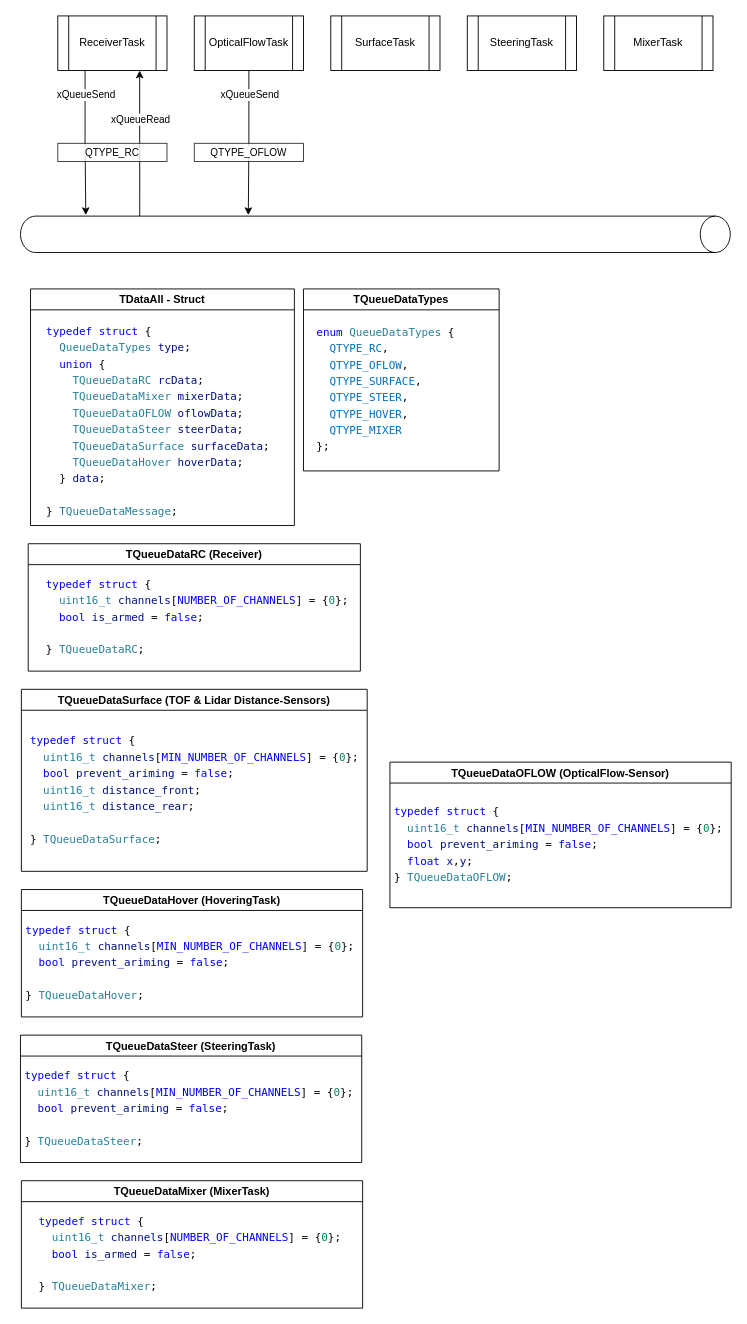
The draw.io diagram page "Process" (1 of 2) of doc/Processing_tasks.drawio in mrRobot62/PODRacer_ESP32_FreeRTOS, before the edit. Source tidied: cells renumbered, new cells numbered last; positions are measured from the earlier drawing's top-left corner, leaving out a move shared by most shapes. Both pictures are drawn from the tidied source at 91%, with x=0, y=0 at pixel (15, 15).
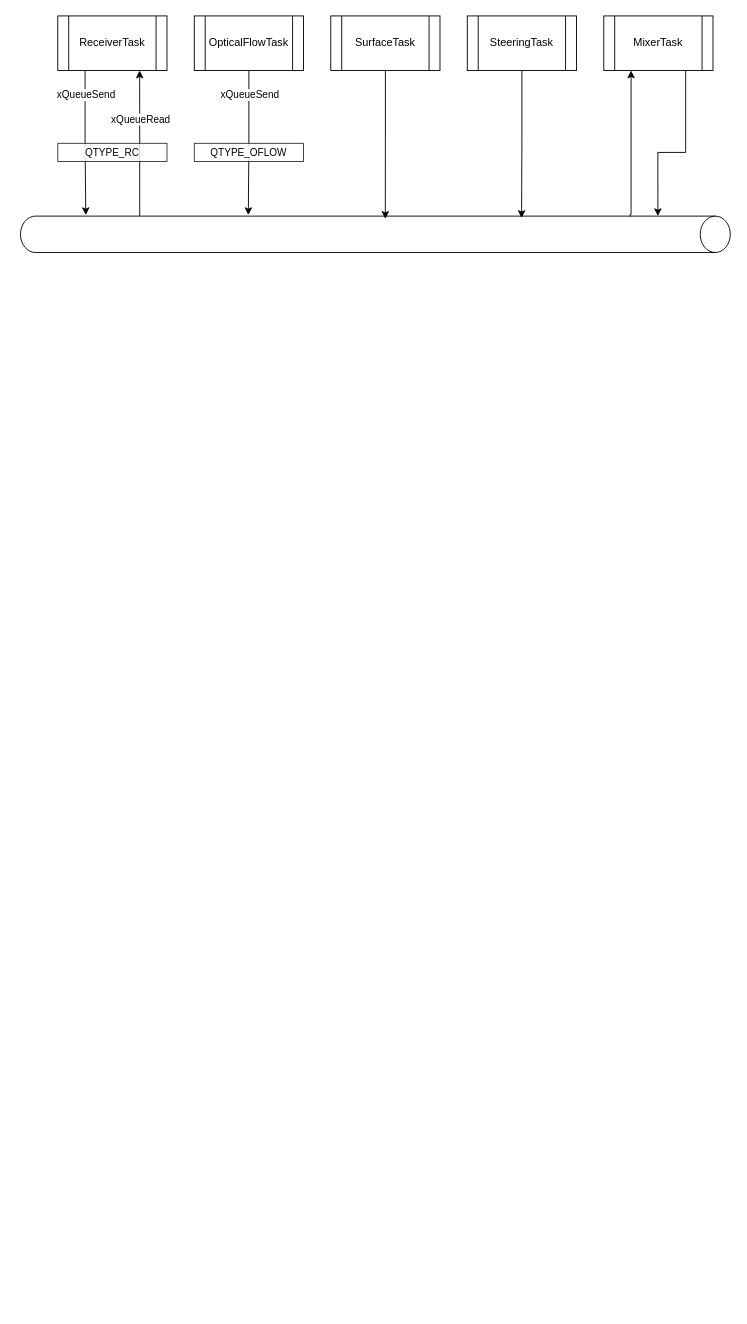
Above is the later version.

The change refers to these unchanged cells:
```xml
<mxCell id="6" value="SurfaceTask" style="shape=process;whiteSpace=wrap;html=1;backgroundOutline=1;" parent="1" vertex="1">
  <mxGeometry x="346" width="120" height="60" as="geometry" />
</mxCell>
<mxCell id="7" value="SteeringTask" style="shape=process;whiteSpace=wrap;html=1;backgroundOutline=1;" parent="1" vertex="1">
  <mxGeometry x="496" width="120" height="60" as="geometry" />
</mxCell>
<mxCell id="8" value="MixerTask" style="shape=process;whiteSpace=wrap;html=1;backgroundOutline=1;" parent="1" vertex="1">
  <mxGeometry x="646" width="120" height="60" as="geometry" />
</mxCell>
<mxCell id="11" style="shape=cylinder3;whiteSpace=wrap;html=1;boundedLbl=1;backgroundOutline=1;size=16.499999999999886;rotation=0;portConstraintRotation=1;noLabel=0;snapToPoint=0;movableLabel=1;linejoin=arcs;direction=south;points=[[0,0,0,0,16.499999999999886],[0,0,0,0,203.24999999999994],[0,0,0,0,576.75],[0,0.5,0,0,0],[0,1,0,0,-16.499999999999886],[0.01,0.63,0,0,0],[0.06,0,0,0,0],[0.06,1,0,0,2],[0.09,0,0,0,0],[0.1,1,0,0,0],[0.145,1,0,0,-4.784999999999966],[0.16,0,0,0,0],[0.2,0,0,0,0],[0.2,1,0,0,0],[0.21,0,0,0,-2],[0.3,0,0,0,0],[0.3,1,0,0,0],[0.5,0,0,0,0],[0.6,0,0,0,0],[0.6,1,0,0,0],[0.7,1,0,0,0],[0.75,0,0,0,0],[0.8,0,0,0,0],[0.8,1,0,0,0],[0.855,0,0,0,4.784999999999966],[0.855,1,0,0,-4.784999999999966],[0.9,0,0,0,0],[0.9,1,0,0,0],[1,0,0,0,16.499999999999886],[1,0,0,0,203.24999999999994],[1,0,0,0,576.75],[1,0.5,0,0,0],[1,1,0,0,-16.499999999999886]];" parent="1" vertex="1">
  <mxGeometry x="5" y="220" width="780" height="40" as="geometry">
    <mxPoint x="7" y="1" as="offset" />
  </mxGeometry>
</mxCell>
```

What changed in the source:
```diff
@@
-    <mxCell id="12" value="TDataAll - Struct" style="swimlane;" parent="1" vertex="1">
-      <mxGeometry x="16" y="300" width="290" height="260" as="geometry" />
-    </mxCell>
-    <mxCell id="13" value="&lt;div style=&quot;text-align: start; background-color: rgb(255, 255, 255); font-family: Menlo, Monaco, &amp;quot;Courier New&amp;quot;, monospace; line-height: 18px; white-space: pre;&quot;&gt;&lt;div style=&quot;line-height: 18px;&quot;&gt;&lt;div&gt;&lt;span style=&quot;color: rgb(0, 0, 255);&quot;&gt;typedef&lt;/span&gt; &lt;span style=&quot;color: rgb(0, 0, 255);&quot;&gt;struct&lt;/span&gt; {&lt;/div&gt;&lt;div&gt;  &lt;span style=&quot;color: rgb(38, 127, 153);&quot;&gt;QueueDataTypes&lt;/span&gt; &lt;span style=&quot;color: rgb(0, 16, 128);&quot;&gt;type&lt;/span&gt;;&lt;/div&gt;&lt;div&gt;  &lt;span style=&quot;color: rgb(0, 0, 255);&quot;&gt;union&lt;/span&gt; {&lt;/div&gt;&lt;div&gt;    &lt;span style=&quot;color: rgb(38, 127, 153);&quot;&gt;TQueueDataRC&lt;/span&gt; &lt;span style=&quot;color: rgb(0, 16, 128);&quot;&gt;rcData&lt;/span&gt;;&lt;/div&gt;&lt;div&gt;    &lt;span style=&quot;color: rgb(38, 127, 153);&quot;&gt;TQueueDataMixer&lt;/span&gt; &lt;span style=&quot;color: rgb(0, 16, 128);&quot;&gt;mixerData&lt;/span&gt;;&lt;/div&gt;&lt;div&gt;    &lt;span style=&quot;color: rgb(38, 127, 153);&quot;&gt;TQueueDataOFLOW&lt;/span&gt; &lt;span style=&quot;color: rgb(0, 16, 128);&quot;&gt;oflowData&lt;/span&gt;;&lt;/div&gt;&lt;div&gt;    &lt;span style=&quot;color: rgb(38, 127, 153);&quot;&gt;TQueueDataSteer&lt;/span&gt; &lt;span style=&quot;color: rgb(0, 16, 128);&quot;&gt;steerData&lt;/span&gt;;&lt;/div&gt;&lt;div&gt;    &lt;span style=&quot;color: rgb(38, 127, 153);&quot;&gt;TQueueDataSurface&lt;/span&gt; &lt;span style=&quot;color: rgb(0, 16, 128);&quot;&gt;surfaceData&lt;/span&gt;;&lt;/div&gt;&lt;div&gt;    &lt;span style=&quot;color: rgb(38, 127, 153);&quot;&gt;TQueueDataHover&lt;/span&gt; &lt;span style=&quot;color: rgb(0, 16, 128);&quot;&gt;hoverData&lt;/span&gt;;&lt;/div&gt;&lt;div&gt;  } &lt;span style=&quot;color: rgb(0, 16, 128);&quot;&gt;data&lt;/span&gt;;&lt;/div&gt;&lt;br&gt;&lt;div&gt;} &lt;span style=&quot;color: rgb(38, 127, 153);&quot;&gt;TQueueDataMessage&lt;/span&gt;;&lt;/div&gt;&lt;/div&gt;&lt;/div&gt;" style="text;html=1;align=center;verticalAlign=middle;strokeColor=none;fillColor=none;" parent="12" vertex="1">
-      <mxGeometry x="5" y="30" width="270" height="230" as="geometry" />
-    </mxCell>
-    <mxCell id="14" value="TQueueDataOFLOW (OpticalFlow-Sensor)" style="swimlane;" parent="1" vertex="1">
-      <mxGeometry x="411" y="820" width="375" height="160" as="geometry" />
-    </mxCell>
-    <mxCell id="15" value="&lt;div style=&quot;text-align: start; background-color: rgb(255, 255, 255); font-family: Menlo, Monaco, &amp;quot;Courier New&amp;quot;, monospace; line-height: 18px; white-space: pre;&quot;&gt;&lt;div style=&quot;line-height: 18px;&quot;&gt;&lt;div&gt;&lt;span style=&quot;color: rgb(0, 0, 255);&quot;&gt;typedef&lt;/span&gt; &lt;span style=&quot;color: rgb(0, 0, 255);&quot;&gt;struct&lt;/span&gt; {&lt;/div&gt;&lt;div&gt;  &lt;span style=&quot;color: rgb(38, 127, 153);&quot;&gt;uint16_t&lt;/span&gt; &lt;span style=&quot;color: rgb(0, 16, 128);&quot;&gt;channels&lt;/span&gt;[&lt;span style=&quot;color: rgb(0, 0, 255);&quot;&gt;MIN_NUMBER_OF_CHANNELS&lt;/span&gt;] = {&lt;span style=&quot;color: rgb(9, 134, 88);&quot;&gt;0&lt;/span&gt;};&lt;/div&gt;&lt;div&gt;  &lt;span style=&quot;color: rgb(0, 0, 255);&quot;&gt;bool&lt;/span&gt; &lt;span style=&quot;color: rgb(0, 16, 128);&quot;&gt;prevent_ariming&lt;/span&gt; = &lt;span style=&quot;color: rgb(0, 0, 255);&quot;&gt;false&lt;/span&gt;;&lt;/div&gt;&lt;div&gt;  &lt;span style=&quot;color: rgb(0, 0, 255);&quot;&gt;float&lt;/span&gt; &lt;span style=&quot;color: rgb(0, 16, 128);&quot;&gt;x&lt;/span&gt;,&lt;span style=&quot;color: rgb(0, 16, 128);&quot;&gt;y&lt;/span&gt;;&lt;/div&gt;&lt;div&gt;} &lt;span style=&quot;color: rgb(38, 127, 153);&quot;&gt;TQueueDataOFLOW&lt;/span&gt;;&lt;/div&gt;&lt;/div&gt;&lt;/div&gt;" style="text;html=1;align=center;verticalAlign=middle;strokeColor=none;fillColor=none;" parent="14" vertex="1">
-      <mxGeometry x="-5" y="40" width="380" height="100" as="geometry" />
-    </mxCell>
-    <mxCell id="16" value="TQueueDataRC (Receiver)" style="swimlane;" parent="1" vertex="1">
-      <mxGeometry x="13.5" y="580" width="365" height="140" as="geometry" />
-    </mxCell>
-    <mxCell id="17" value="&lt;div style=&quot;text-align: start; background-color: rgb(255, 255, 255); font-family: Menlo, Monaco, &amp;quot;Courier New&amp;quot;, monospace; line-height: 18px; white-space: pre;&quot;&gt;&lt;div&gt;&lt;span style=&quot;color: rgb(0, 0, 255);&quot;&gt;typedef&lt;/span&gt; &lt;span style=&quot;color: rgb(0, 0, 255);&quot;&gt;struct&lt;/span&gt; {&lt;/div&gt;&lt;div&gt;  &lt;span style=&quot;color: rgb(38, 127, 153);&quot;&gt;uint16_t&lt;/span&gt; &lt;span style=&quot;color: rgb(0, 16, 128);&quot;&gt;channels&lt;/span&gt;[&lt;span style=&quot;color: rgb(0, 0, 255);&quot;&gt;NUMBER_OF_CHANNELS&lt;/span&gt;] = {&lt;span style=&quot;color: rgb(9, 134, 88);&quot;&gt;0&lt;/span&gt;};&lt;/div&gt;&lt;div&gt;  &lt;span style=&quot;color: rgb(0, 0, 255);&quot;&gt;bool&lt;/span&gt; &lt;span style=&quot;color: rgb(0, 16, 128);&quot;&gt;is_armed&lt;/span&gt; = &lt;span style=&quot;color: rgb(0, 0, 255);&quot;&gt;false&lt;/span&gt;;&lt;/div&gt;&lt;br&gt;&lt;div&gt;} &lt;span style=&quot;color: rgb(38, 127, 153);&quot;&gt;TQueueDataRC&lt;/span&gt;;&lt;/div&gt;&lt;/div&gt;" style="text;html=1;align=center;verticalAlign=middle;strokeColor=none;fillColor=none;" parent="16" vertex="1">
-      <mxGeometry x="5" y="30" width="360" height="100" as="geometry" />
-    </mxCell>
-    <mxCell id="18" value="TQueueDataSurface (TOF &amp; Lidar Distance-Sensors)" style="swimlane;" parent="1" vertex="1">
-      <mxGeometry x="6" y="740" width="380" height="200" as="geometry" />
-    </mxCell>
-    <mxCell id="19" value="&lt;div style=&quot;text-align: start; background-color: rgb(255, 255, 255); font-family: Menlo, Monaco, &amp;quot;Courier New&amp;quot;, monospace; line-height: 18px; white-space: pre;&quot;&gt;&lt;div&gt;&lt;span style=&quot;color: rgb(0, 0, 255);&quot;&gt;typedef&lt;/span&gt; &lt;span style=&quot;color: rgb(0, 0, 255);&quot;&gt;struct&lt;/span&gt; {&lt;/div&gt;&lt;div&gt;  &lt;span style=&quot;color: rgb(38, 127, 153);&quot;&gt;uint16_t&lt;/span&gt; &lt;span style=&quot;color: rgb(0, 16, 128);&quot;&gt;channels&lt;/span&gt;[&lt;span style=&quot;color: rgb(0, 0, 255);&quot;&gt;MIN_NUMBER_OF_CHANNELS&lt;/span&gt;] = {&lt;span style=&quot;color: rgb(9, 134, 88);&quot;&gt;0&lt;/span&gt;};&lt;/div&gt;&lt;div&gt;  &lt;span style=&quot;color: rgb(0, 0, 255);&quot;&gt;bool&lt;/span&gt; &lt;span style=&quot;color: rgb(0, 16, 128);&quot;&gt;prevent_ariming&lt;/span&gt; = &lt;span style=&quot;color: rgb(0, 0, 255);&quot;&gt;false&lt;/span&gt;;&lt;/div&gt;&lt;div&gt;  &lt;span style=&quot;color: rgb(38, 127, 153);&quot;&gt;uint16_t&lt;/span&gt; &lt;span style=&quot;color: rgb(0, 16, 128);&quot;&gt;distance_front&lt;/span&gt;;&lt;/div&gt;&lt;div&gt;  &lt;span style=&quot;color: rgb(38, 127, 153);&quot;&gt;uint16_t&lt;/span&gt; &lt;span style=&quot;color: rgb(0, 16, 128);&quot;&gt;distance_rear&lt;/span&gt;;&lt;/div&gt;&lt;br&gt;&lt;div&gt;} &lt;span style=&quot;color: rgb(38, 127, 153);&quot;&gt;TQueueDataSurface&lt;/span&gt;;&lt;/div&gt;&lt;/div&gt;" style="text;html=1;align=center;verticalAlign=middle;strokeColor=none;fillColor=none;" parent="18" vertex="1">
-      <mxGeometry y="40" width="380" height="140" as="geometry" />
-    </mxCell>
-    <mxCell id="20" value="TQueueDataHover (HoveringTask)" style="swimlane;" parent="1" vertex="1">
-      <mxGeometry x="6" y="960" width="375" height="140" as="geometry" />
-    </mxCell>
-    <mxCell id="21" value="&lt;div style=&quot;text-align: start; background-color: rgb(255, 255, 255); font-family: Menlo, Monaco, &amp;quot;Courier New&amp;quot;, monospace; line-height: 18px; white-space: pre;&quot;&gt;&lt;div style=&quot;line-height: 18px;&quot;&gt;&lt;div&gt;&lt;span style=&quot;color: rgb(0, 0, 255);&quot;&gt;typedef&lt;/span&gt; &lt;span style=&quot;color: rgb(0, 0, 255);&quot;&gt;struct&lt;/span&gt; {&lt;/div&gt;&lt;div&gt;  &lt;span style=&quot;color: rgb(38, 127, 153);&quot;&gt;uint16_t&lt;/span&gt; &lt;span style=&quot;color: rgb(0, 16, 128);&quot;&gt;channels&lt;/span&gt;[&lt;span style=&quot;color: rgb(0, 0, 255);&quot;&gt;MIN_NUMBER_OF_CHANNELS&lt;/span&gt;] = {&lt;span style=&quot;color: rgb(9, 134, 88);&quot;&gt;0&lt;/span&gt;};&lt;/div&gt;&lt;div&gt;  &lt;span style=&quot;color: rgb(0, 0, 255);&quot;&gt;bool&lt;/span&gt; &lt;span style=&quot;color: rgb(0, 16, 128);&quot;&gt;prevent_ariming&lt;/span&gt; = &lt;span style=&quot;color: rgb(0, 0, 255);&quot;&gt;false&lt;/span&gt;;&lt;/div&gt;&lt;br&gt;&lt;div&gt;} &lt;span style=&quot;color: rgb(38, 127, 153);&quot;&gt;TQueueDataHover&lt;/span&gt;;&lt;/div&gt;&lt;/div&gt;&lt;/div&gt;" style="text;html=1;align=center;verticalAlign=middle;strokeColor=none;fillColor=none;" parent="20" vertex="1">
-      <mxGeometry x="-5" y="30" width="380" height="100" as="geometry" />
-    </mxCell>
-    <mxCell id="22" value="TQueueDataSteer (SteeringTask)" style="swimlane;" parent="1" vertex="1">
-      <mxGeometry x="5" y="1120" width="375" height="140" as="geometry" />
-    </mxCell>
-    <mxCell id="23" value="&lt;div style=&quot;text-align: start; background-color: rgb(255, 255, 255); font-family: Menlo, Monaco, &amp;quot;Courier New&amp;quot;, monospace; line-height: 18px; white-space: pre;&quot;&gt;&lt;div style=&quot;line-height: 18px;&quot;&gt;&lt;div style=&quot;line-height: 18px;&quot;&gt;&lt;div&gt;&lt;span style=&quot;color: rgb(0, 0, 255);&quot;&gt;typedef&lt;/span&gt; &lt;span style=&quot;color: rgb(0, 0, 255);&quot;&gt;struct&lt;/span&gt; {&lt;/div&gt;&lt;div&gt;  &lt;span style=&quot;color: rgb(38, 127, 153);&quot;&gt;uint16_t&lt;/span&gt; &lt;span style=&quot;color: rgb(0, 16, 128);&quot;&gt;channels&lt;/span&gt;[&lt;span style=&quot;color: rgb(0, 0, 255);&quot;&gt;MIN_NUMBER_OF_CHANNELS&lt;/span&gt;] = {&lt;span style=&quot;color: rgb(9, 134, 88);&quot;&gt;0&lt;/span&gt;};&lt;/div&gt;&lt;div&gt;  &lt;span style=&quot;color: rgb(0, 0, 255);&quot;&gt;bool&lt;/span&gt; &lt;span style=&quot;color: rgb(0, 16, 128);&quot;&gt;prevent_ariming&lt;/span&gt; = &lt;span style=&quot;color: rgb(0, 0, 255);&quot;&gt;false&lt;/span&gt;;&lt;/div&gt;&lt;br&gt;&lt;div&gt;} &lt;span style=&quot;color: rgb(38, 127, 153);&quot;&gt;TQueueDataSteer&lt;/span&gt;;&lt;/div&gt;&lt;/div&gt;&lt;/div&gt;&lt;/div&gt;" style="text;html=1;align=center;verticalAlign=middle;strokeColor=none;fillColor=none;" parent="22" vertex="1">
-      <mxGeometry x="-5" y="30" width="380" height="100" as="geometry" />
-    </mxCell>
-    <mxCell id="24" value="TQueueDataMixer (MixerTask)" style="swimlane;" parent="1" vertex="1">
-      <mxGeometry x="6" y="1280" width="375" height="140" as="geometry" />
-    </mxCell>
-    <mxCell id="25" value="&lt;div style=&quot;text-align: start; background-color: rgb(255, 255, 255); font-family: Menlo, Monaco, &amp;quot;Courier New&amp;quot;, monospace; line-height: 18px; white-space: pre;&quot;&gt;&lt;div style=&quot;line-height: 18px;&quot;&gt;&lt;div style=&quot;line-height: 18px;&quot;&gt;&lt;div style=&quot;line-height: 18px;&quot;&gt;&lt;div&gt;&lt;span style=&quot;color: rgb(0, 0, 255);&quot;&gt;typedef&lt;/span&gt; &lt;span style=&quot;color: rgb(0, 0, 255);&quot;&gt;struct&lt;/span&gt; {&lt;/div&gt;&lt;div&gt;  &lt;span style=&quot;color: rgb(38, 127, 153);&quot;&gt;uint16_t&lt;/span&gt; &lt;span style=&quot;color: rgb(0, 16, 128);&quot;&gt;channels&lt;/span&gt;[&lt;span style=&quot;color: rgb(0, 0, 255);&quot;&gt;NUMBER_OF_CHANNELS&lt;/span&gt;] = {&lt;span style=&quot;color: rgb(9, 134, 88);&quot;&gt;0&lt;/span&gt;};&lt;/div&gt;&lt;div&gt;  &lt;span style=&quot;color: rgb(0, 0, 255);&quot;&gt;bool&lt;/span&gt; &lt;span style=&quot;color: rgb(0, 16, 128);&quot;&gt;is_armed&lt;/span&gt; = &lt;span style=&quot;color: rgb(0, 0, 255);&quot;&gt;false&lt;/span&gt;;&lt;/div&gt;&lt;br&gt;&lt;div&gt;} &lt;span style=&quot;color: rgb(38, 127, 153);&quot;&gt;TQueueDataMixer&lt;/span&gt;;&lt;/div&gt;&lt;/div&gt;&lt;/div&gt;&lt;/div&gt;&lt;/div&gt;" style="text;html=1;align=center;verticalAlign=middle;strokeColor=none;fillColor=none;" parent="24" vertex="1">
-      <mxGeometry x="5" y="30" width="360" height="100" as="geometry" />
-    </mxCell>
-    <mxCell id="26" value="TQueueDataTypes" style="swimlane;" parent="1" vertex="1">
-      <mxGeometry x="316" y="300" width="215" height="200" as="geometry" />
-    </mxCell>
-    <mxCell id="27" value="&lt;div style=&quot;text-align: start; background-color: rgb(255, 255, 255); font-family: Menlo, Monaco, &amp;quot;Courier New&amp;quot;, monospace; line-height: 18px; white-space: pre;&quot;&gt;&lt;div style=&quot;line-height: 18px;&quot;&gt;&lt;div style=&quot;line-height: 18px;&quot;&gt;&lt;div&gt;&lt;span style=&quot;color: rgb(0, 0, 255);&quot;&gt;enum&lt;/span&gt; &lt;span style=&quot;color: rgb(38, 127, 153);&quot;&gt;QueueDataTypes&lt;/span&gt; {&lt;/div&gt;&lt;div&gt;  &lt;span style=&quot;color: rgb(0, 112, 193);&quot;&gt;QTYPE_RC&lt;/span&gt;,&lt;/div&gt;&lt;div&gt;  &lt;span style=&quot;color: rgb(0, 112, 193);&quot;&gt;QTYPE_OFLOW&lt;/span&gt;,&lt;/div&gt;&lt;div&gt;  &lt;span style=&quot;color: rgb(0, 112, 193);&quot;&gt;QTYPE_SURFACE&lt;/span&gt;,&lt;/div&gt;&lt;div&gt;  &lt;span style=&quot;color: rgb(0, 112, 193);&quot;&gt;QTYPE_STEER&lt;/span&gt;,&lt;/div&gt;&lt;div&gt;  &lt;span style=&quot;color: rgb(0, 112, 193);&quot;&gt;QTYPE_HOVER&lt;/span&gt;,&lt;/div&gt;&lt;div&gt;  &lt;span style=&quot;color: rgb(0, 112, 193);&quot;&gt;QTYPE_MIXER&lt;/span&gt;&lt;/div&gt;&lt;div&gt;};&lt;/div&gt;&lt;/div&gt;&lt;/div&gt;&lt;/div&gt;" style="text;html=1;align=center;verticalAlign=middle;strokeColor=none;fillColor=none;" parent="26" vertex="1">
-      <mxGeometry y="30" width="180" height="160" as="geometry" />
-    </mxCell>
@@
+    <mxCell id="32" style="edgeStyle=orthogonalEdgeStyle;rounded=0;jettySize=auto;html=1;entryX=0.075;entryY=0.486;entryDx=0;entryDy=0;entryPerimeter=0;" parent="1" edge="1" source="6" target="11">
+      <mxGeometry relative="1" as="geometry" />
+    </mxCell>
+    <mxCell id="33" style="edgeStyle=orthogonalEdgeStyle;rounded=0;jettySize=auto;html=1;entryX=0.05;entryY=0.294;entryDx=0;entryDy=0;entryPerimeter=0;" parent="1" edge="1" source="7" target="11">
+      <mxGeometry relative="1" as="geometry" />
+    </mxCell>
+    <mxCell id="34" style="edgeStyle=orthogonalEdgeStyle;rounded=0;jettySize=auto;html=1;entryX=0;entryY=0.102;entryDx=0;entryDy=0;entryPerimeter=0;exitX=0.75;exitY=1;exitDx=0;exitDy=0;" parent="1" edge="1" source="8" target="11">
+      <mxGeometry relative="1" as="geometry">
+        <Array as="points">
+          <mxPoint x="736" y="150" />
+          <mxPoint x="705" y="150" />
+        </Array>
+      </mxGeometry>
+    </mxCell>
+    <mxCell id="35" style="edgeStyle=orthogonalEdgeStyle;rounded=0;jettySize=auto;html=1;entryX=0.01;entryY=0.141;entryDx=0;entryDy=0;entryPerimeter=0;exitX=0.25;exitY=1;exitDx=0;exitDy=0;startArrow=classic;startFill=1;endArrow=none;endFill=0;" parent="1" edge="1" source="8" target="11">
+      <mxGeometry relative="1" as="geometry">
+        <Array as="points">
+          <mxPoint x="676" y="218" />
+          <mxPoint x="675" y="218" />
+        </Array>
+      </mxGeometry>
+    </mxCell>
```
